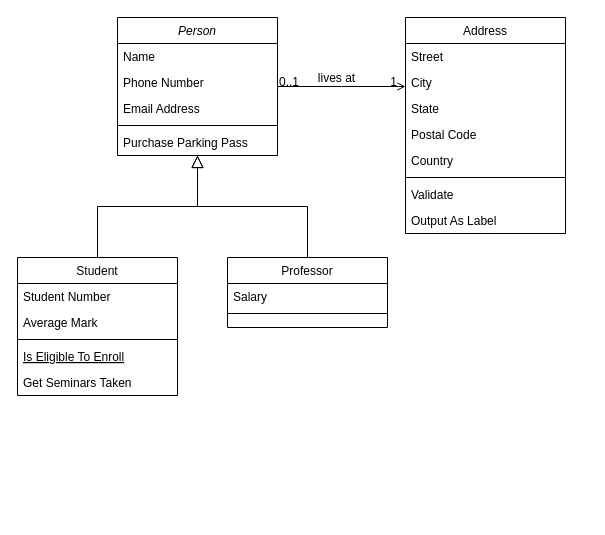
The draw.io diagram Untitled Diagram.drawio in RHernandez44/TicTacToe, before the edit. Source tidied: cells renumbered, new cells numbered last; positions are measured from the earlier drawing's top-left corner, leaving out a move shared by most shapes. Both pictures are drawn from the tidied source at 100%, with x=0, y=0 at pixel (17, 17).
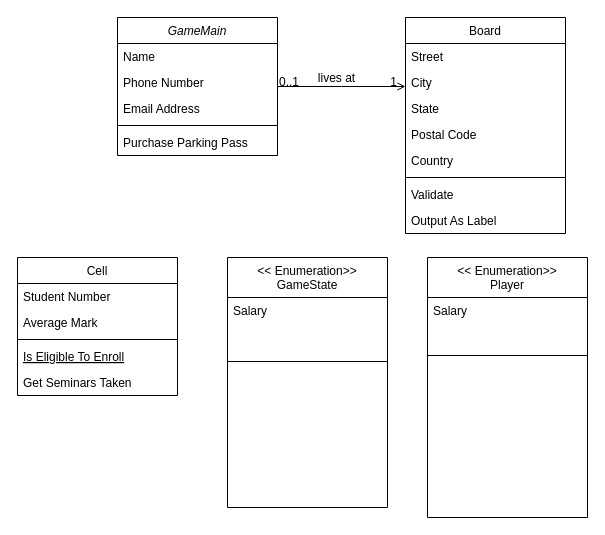
The same diagram, later.

Commit message:
Class_Diagram

Change to the diagram source:
```diff
@@
-    <mxCell id="2" value="Person" style="swimlane;fontStyle=2;align=center;verticalAlign=top;horizontal=1;startSize=26;rounded=0;shadow=0;strokeWidth=1;" parent="1" vertex="1">
+    <mxCell id="2" value="GameMain" style="swimlane;fontStyle=2;align=center;verticalAlign=top;horizontal=1;startSize=26;rounded=0;shadow=0;strokeWidth=1;" parent="1" vertex="1">
       <mxGeometry x="100" width="160" height="138" as="geometry" />
     </mxCell>
@@
-    <mxCell id="8" value="Student" style="swimlane;fontStyle=0;align=center;verticalAlign=top;horizontal=1;startSize=26;rounded=0;shadow=0;strokeWidth=1;" parent="1" vertex="1">
+    <mxCell id="8" value="Cell" style="swimlane;fontStyle=0;align=center;verticalAlign=top;horizontal=1;startSize=26;rounded=0;shadow=0;strokeWidth=1;" parent="1" vertex="1">
       <mxGeometry y="240" width="160" height="138" as="geometry" />
     </mxCell>
@@
-    <mxCell id="14" style="endArrow=block;endSize=10;endFill=0;shadow=0;strokeWidth=1;rounded=0;edgeStyle=elbowEdgeStyle;elbow=vertical;" parent="1" edge="1" source="8" target="2">
-      <mxGeometry relative="1" as="geometry" />
-    </mxCell>
-    <mxCell id="15" value="Professor" style="swimlane;fontStyle=0;align=center;verticalAlign=top;horizontal=1;startSize=26;rounded=0;shadow=0;strokeWidth=1;" parent="1" vertex="1">
-      <mxGeometry x="210" y="240" width="160" height="70" as="geometry" />
+    <mxCell id="15" value="&lt;&lt; Enumeration&gt;&gt;&#10;GameState" style="swimlane;fontStyle=0;align=center;verticalAlign=top;horizontal=1;startSize=40;rounded=0;shadow=0;strokeWidth=1;" parent="1" vertex="1">
+      <mxGeometry x="210" y="240" width="160" height="250" as="geometry" />
     </mxCell>
     <mxCell id="16" value="Salary" style="text;align=left;verticalAlign=top;spacingLeft=4;spacingRight=4;overflow=hidden;" parent="15" vertex="1">
-      <mxGeometry y="26" width="160" height="26" as="geometry" />
+      <mxGeometry y="40" width="160" height="60" as="geometry" />
     </mxCell>
     <mxCell id="17" style="line;html=1;strokeWidth=1;align=left;verticalAlign=middle;spacingTop=-1;spacingLeft=3;spacingRight=3;labelPosition=right;" parent="15" vertex="1">
-      <mxGeometry y="52" width="160" height="8" as="geometry" />
+      <mxGeometry y="100" width="160" height="8" as="geometry" />
     </mxCell>
-    <mxCell id="18" style="endArrow=block;endSize=10;endFill=0;shadow=0;strokeWidth=1;rounded=0;edgeStyle=elbowEdgeStyle;elbow=vertical;" parent="1" edge="1" source="15" target="2">
-      <mxGeometry relative="1" as="geometry" />
-    </mxCell>
-    <mxCell id="19" value="Address" style="swimlane;fontStyle=0;align=center;verticalAlign=top;horizontal=1;startSize=26;rounded=0;shadow=0;strokeWidth=1;" parent="1" vertex="1">
+    <mxCell id="19" value="Board" style="swimlane;fontStyle=0;align=center;verticalAlign=top;horizontal=1;startSize=26;rounded=0;shadow=0;strokeWidth=1;" parent="1" vertex="1">
       <mxGeometry x="388" width="160" height="216" as="geometry" />
     </mxCell>
@@
+    <mxCell id="32" value="&lt;&lt; Enumeration&gt;&gt;&#10;Player" style="swimlane;fontStyle=0;align=center;verticalAlign=top;horizontal=1;startSize=40;rounded=0;shadow=0;strokeWidth=1;" parent="1" vertex="1">
+      <mxGeometry x="410" y="240" width="160" height="260" as="geometry" />
+    </mxCell>
+    <mxCell id="33" value="Salary" style="text;align=left;verticalAlign=top;spacingLeft=4;spacingRight=4;overflow=hidden;" parent="32" vertex="1">
+      <mxGeometry y="40" width="160" height="54" as="geometry" />
+    </mxCell>
+    <mxCell id="34" style="line;html=1;strokeWidth=1;align=left;verticalAlign=middle;spacingTop=-1;spacingLeft=3;spacingRight=3;labelPosition=right;" parent="32" vertex="1">
+      <mxGeometry y="94" width="160" height="8" as="geometry" />
+    </mxCell>
```
